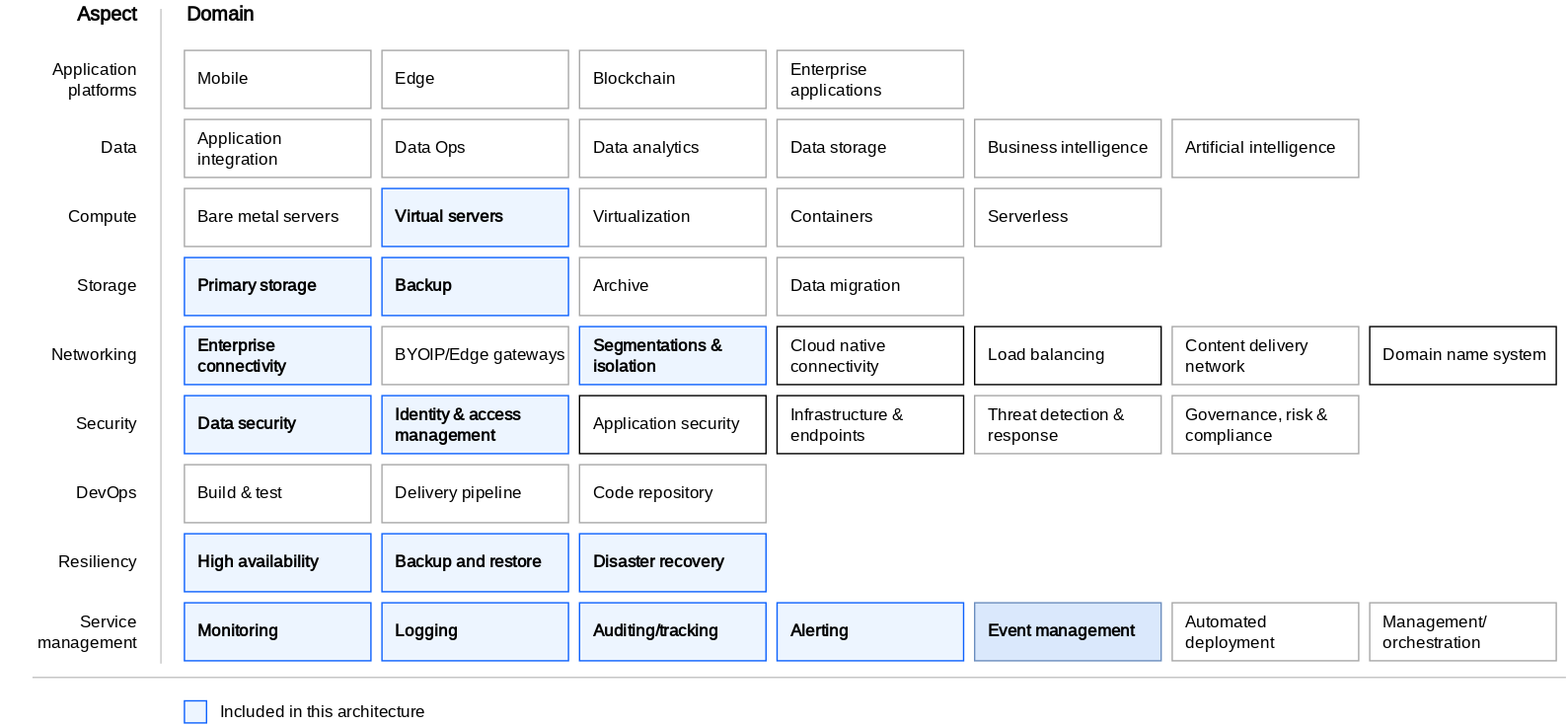
Earlier version of the draw.io export image/heat-map-veeam.svg (ibm-cloud-docs/vmware-cross-region-dr). Source tidied: cells renumbered, new cells last; positions are measured from the earlier drawing's top-left corner, leaving out a move shared by most shapes.
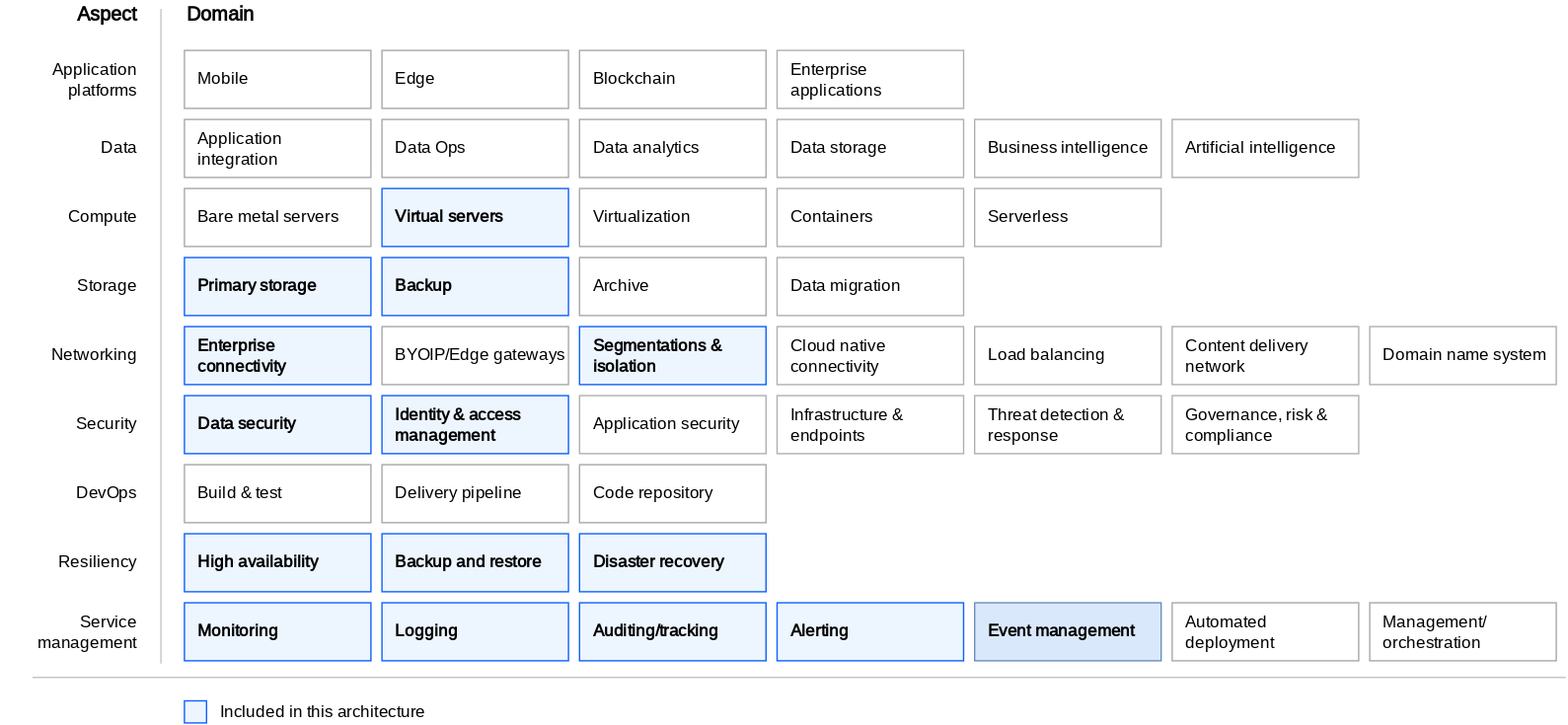
After the change.

Change to the diagram source:
```diff
@@ -35,7 +35,7 @@
     <mxCell id="12" value="Blockchain" style="rounded=0;whiteSpace=wrap;html=1;strokeColor=#A8A8A8;align=left;spacingLeft=8;fontFamily=IBM Plex Sans;fillColor=default;fontStyle=0;" parent="1" vertex="1">
       <mxGeometry x="419" y="36" width="135" height="42" as="geometry" />
     </mxCell>
-    <mxCell id="13" value="Enterprise &lt;br&gt;applications" style="rounded=0;whiteSpace=wrap;html=1;strokeColor=#A8A8A8;align=left;spacingLeft=8;fontFamily=IBM Plex Sans;fillColor=default;fontStyle=0;" parent="1" vertex="1">
+    <mxCell id="13" value="Enterprise &lt;br&gt;applications" style="rounded=0;whiteSpace=wrap;html=1;strokeColor=#B0B0B0;align=left;spacingLeft=8;fontFamily=IBM Plex Sans;fillColor=default;fontStyle=0;" parent="1" vertex="1">
       <mxGeometry x="562" y="36" width="135" height="42" as="geometry" />
     </mxCell>
     <mxCell id="14" value="Data Ops" style="rounded=0;whiteSpace=wrap;html=1;strokeColor=#A8A8A8;align=left;spacingLeft=8;fontFamily=IBM Plex Sans;fillColor=default;fontStyle=0;" parent="1" vertex="1">
@@ -44,10 +44,10 @@
     <mxCell id="15" value="Data analytics" style="rounded=0;whiteSpace=wrap;html=1;strokeColor=#A8A8A8;align=left;spacingLeft=8;fontFamily=IBM Plex Sans;fillColor=default;fontStyle=0;" parent="1" vertex="1">
       <mxGeometry x="419" y="86" width="135" height="42" as="geometry" />
     </mxCell>
-    <mxCell id="16" value="Data storage" style="rounded=0;whiteSpace=wrap;html=1;strokeColor=#A8A8A8;align=left;spacingLeft=8;fontFamily=IBM Plex Sans;fillColor=default;fontStyle=0;" parent="1" vertex="1">
+    <mxCell id="16" value="Data storage" style="rounded=0;whiteSpace=wrap;html=1;strokeColor=#B0B0B0;align=left;spacingLeft=8;fontFamily=IBM Plex Sans;fillColor=default;fontStyle=0;" parent="1" vertex="1">
       <mxGeometry x="562" y="86" width="135" height="42" as="geometry" />
     </mxCell>
-    <mxCell id="17" value="Business intelligence" style="rounded=0;whiteSpace=wrap;html=1;strokeColor=#A8A8A8;align=left;spacingLeft=8;fontFamily=IBM Plex Sans;fillColor=default;fontStyle=0;" parent="1" vertex="1">
+    <mxCell id="17" value="Business intelligence" style="rounded=0;whiteSpace=wrap;html=1;strokeColor=#B0B0B0;align=left;spacingLeft=8;fontFamily=IBM Plex Sans;fillColor=default;fontStyle=0;" parent="1" vertex="1">
       <mxGeometry x="705" y="86" width="135" height="42" as="geometry" />
     </mxCell>
     <mxCell id="18" value="&lt;b&gt;Virtual servers&lt;/b&gt;" style="rounded=0;whiteSpace=wrap;html=1;strokeColor=#0E62FD;align=left;spacingLeft=8;fontFamily=IBM Plex Sans;fillColor=#EDF5FF;fontStyle=0;" parent="1" vertex="1">
@@ -56,10 +56,10 @@
     <mxCell id="19" value="Virtualization" style="rounded=0;whiteSpace=wrap;html=1;strokeColor=#A8A8A8;align=left;spacingLeft=8;fontFamily=IBM Plex Sans;fillColor=default;fontStyle=0;" parent="1" vertex="1">
       <mxGeometry x="419" y="136" width="135" height="42" as="geometry" />
     </mxCell>
-    <mxCell id="20" value="Containers" style="rounded=0;whiteSpace=wrap;html=1;strokeColor=#A8A8A8;align=left;spacingLeft=8;fontFamily=IBM Plex Sans;fillColor=default;fontStyle=0;" parent="1" vertex="1">
+    <mxCell id="20" value="Containers" style="rounded=0;whiteSpace=wrap;html=1;strokeColor=#B0B0B0;align=left;spacingLeft=8;fontFamily=IBM Plex Sans;fillColor=default;fontStyle=0;" parent="1" vertex="1">
       <mxGeometry x="562" y="136" width="135" height="42" as="geometry" />
     </mxCell>
-    <mxCell id="21" value="Serverless" style="rounded=0;whiteSpace=wrap;html=1;strokeColor=#A8A8A8;align=left;spacingLeft=8;fontFamily=IBM Plex Sans;fillColor=default;fontStyle=0;" parent="1" vertex="1">
+    <mxCell id="21" value="Serverless" style="rounded=0;whiteSpace=wrap;html=1;strokeColor=#B0B0B0;align=left;spacingLeft=8;fontFamily=IBM Plex Sans;fillColor=default;fontStyle=0;" parent="1" vertex="1">
       <mxGeometry x="705" y="136" width="135" height="42" as="geometry" />
     </mxCell>
     <mxCell id="22" value="&lt;b&gt;Backup&lt;/b&gt;" style="rounded=0;whiteSpace=wrap;html=1;strokeColor=#0E62FD;align=left;spacingLeft=8;fontFamily=IBM Plex Sans;fillColor=#EDF5FF;fontStyle=0;" parent="1" vertex="1">
@@ -68,7 +68,7 @@
     <mxCell id="23" value="Archive" style="rounded=0;whiteSpace=wrap;html=1;strokeColor=#A8A8A8;align=left;spacingLeft=8;fontFamily=IBM Plex Sans;fillColor=default;fontStyle=0;" parent="1" vertex="1">
       <mxGeometry x="419" y="186" width="135" height="42" as="geometry" />
     </mxCell>
-    <mxCell id="24" value="Data migration" style="rounded=0;whiteSpace=wrap;html=1;strokeColor=#A8A8A8;align=left;spacingLeft=8;fontFamily=IBM Plex Sans;fillColor=default;fontStyle=0;" parent="1" vertex="1">
+    <mxCell id="24" value="Data migration" style="rounded=0;whiteSpace=wrap;html=1;strokeColor=#B0B0B0;align=left;spacingLeft=8;fontFamily=IBM Plex Sans;fillColor=default;fontStyle=0;" parent="1" vertex="1">
       <mxGeometry x="562" y="186" width="135" height="42" as="geometry" />
     </mxCell>
     <mxCell id="25" value="BYOIP/Edge gateways" style="rounded=0;whiteSpace=wrap;html=1;strokeColor=#A8A8A8;align=left;spacingLeft=8;fontFamily=IBM Plex Sans;fillColor=default;fontStyle=0;" parent="1" vertex="1">
@@ -77,31 +77,31 @@
     <mxCell id="26" value="&lt;b&gt;Segmentations &amp;amp; isolation&lt;/b&gt;" style="rounded=0;whiteSpace=wrap;html=1;strokeColor=#0E62FD;align=left;spacingLeft=8;fontFamily=IBM Plex Sans;fillColor=#EDF5FF;fontStyle=0;" parent="1" vertex="1">
       <mxGeometry x="419" y="236" width="135" height="42" as="geometry" />
     </mxCell>
-    <mxCell id="27" value="&lt;span&gt;Cloud native connectivity&lt;/span&gt;" style="rounded=0;whiteSpace=wrap;html=1;align=left;spacingLeft=8;fontFamily=IBM Plex Sans;fontStyle=0;" parent="1" vertex="1">
+    <mxCell id="27" value="&lt;span&gt;Cloud native connectivity&lt;/span&gt;" style="rounded=0;whiteSpace=wrap;html=1;align=left;spacingLeft=8;fontFamily=IBM Plex Sans;fontStyle=0;strokeColor=#B0B0B0;" parent="1" vertex="1">
       <mxGeometry x="562" y="236" width="135" height="42" as="geometry" />
     </mxCell>
-    <mxCell id="28" value="&lt;span&gt;Load balancing&lt;/span&gt;" style="rounded=0;whiteSpace=wrap;html=1;align=left;spacingLeft=8;fontFamily=IBM Plex Sans;fontStyle=0;" parent="1" vertex="1">
+    <mxCell id="28" value="&lt;span&gt;Load balancing&lt;/span&gt;" style="rounded=0;whiteSpace=wrap;html=1;align=left;spacingLeft=8;fontFamily=IBM Plex Sans;fontStyle=0;strokeColor=#B0B0B0;" parent="1" vertex="1">
       <mxGeometry x="705" y="236" width="135" height="42" as="geometry" />
     </mxCell>
-    <mxCell id="29" value="Content delivery network" style="rounded=0;whiteSpace=wrap;html=1;strokeColor=#A8A8A8;align=left;spacingLeft=8;fontFamily=IBM Plex Sans;fillColor=default;fontStyle=0;" parent="1" vertex="1">
+    <mxCell id="29" value="Content delivery network" style="rounded=0;whiteSpace=wrap;html=1;strokeColor=#B0B0B0;align=left;spacingLeft=8;fontFamily=IBM Plex Sans;fillColor=default;fontStyle=0;" parent="1" vertex="1">
       <mxGeometry x="848" y="236" width="135" height="42" as="geometry" />
     </mxCell>
-    <mxCell id="30" value="&lt;span&gt;Domain name system&lt;/span&gt;" style="rounded=0;whiteSpace=wrap;html=1;align=left;spacingLeft=8;fontFamily=IBM Plex Sans;fontStyle=0;" parent="1" vertex="1">
+    <mxCell id="30" value="&lt;span&gt;Domain name system&lt;/span&gt;" style="rounded=0;whiteSpace=wrap;html=1;align=left;spacingLeft=8;fontFamily=IBM Plex Sans;fontStyle=0;strokeColor=#B0B0B0;" parent="1" vertex="1">
       <mxGeometry x="991" y="236" width="135" height="42" as="geometry" />
     </mxCell>
     <mxCell id="31" value="&lt;b&gt;Identity &amp;amp; access management&lt;/b&gt;" style="rounded=0;whiteSpace=wrap;html=1;strokeColor=#0E62FD;align=left;spacingLeft=8;fontFamily=IBM Plex Sans;fillColor=#EDF5FF;fontStyle=0;" parent="1" vertex="1">
       <mxGeometry x="276" y="286" width="135" height="42" as="geometry" />
     </mxCell>
-    <mxCell id="32" value="&lt;span&gt;Application security&lt;/span&gt;" style="rounded=0;whiteSpace=wrap;html=1;align=left;spacingLeft=8;fontFamily=IBM Plex Sans;fontStyle=0;" parent="1" vertex="1">
+    <mxCell id="32" value="&lt;span&gt;Application security&lt;/span&gt;" style="rounded=0;whiteSpace=wrap;html=1;align=left;spacingLeft=8;fontFamily=IBM Plex Sans;fontStyle=0;strokeColor=#B0B0B0;" parent="1" vertex="1">
       <mxGeometry x="419" y="286" width="135" height="42" as="geometry" />
     </mxCell>
-    <mxCell id="33" value="&lt;span&gt;Infrastructure &amp;amp; endpoints&lt;/span&gt;" style="rounded=0;whiteSpace=wrap;html=1;align=left;spacingLeft=8;fontFamily=IBM Plex Sans;fontStyle=0;" parent="1" vertex="1">
+    <mxCell id="33" value="&lt;span&gt;Infrastructure &amp;amp; endpoints&lt;/span&gt;" style="rounded=0;whiteSpace=wrap;html=1;align=left;spacingLeft=8;fontFamily=IBM Plex Sans;fontStyle=0;strokeColor=#B0B0B0;" parent="1" vertex="1">
       <mxGeometry x="562" y="286" width="135" height="42" as="geometry" />
     </mxCell>
-    <mxCell id="34" value="Threat detection &amp;amp; response" style="rounded=0;whiteSpace=wrap;html=1;strokeColor=#A8A8A8;align=left;spacingLeft=8;fontFamily=IBM Plex Sans;fillColor=default;fontStyle=0;" parent="1" vertex="1">
+    <mxCell id="34" value="Threat detection &amp;amp; response" style="rounded=0;whiteSpace=wrap;html=1;strokeColor=#B0B0B0;align=left;spacingLeft=8;fontFamily=IBM Plex Sans;fillColor=default;fontStyle=0;" parent="1" vertex="1">
       <mxGeometry x="705" y="286" width="135" height="42" as="geometry" />
     </mxCell>
-    <mxCell id="35" value="Governance, risk &amp;amp; compliance" style="rounded=0;whiteSpace=wrap;html=1;strokeColor=#A8A8A8;align=left;spacingLeft=8;fontFamily=IBM Plex Sans;fillColor=default;fontStyle=0;" parent="1" vertex="1">
+    <mxCell id="35" value="Governance, risk &amp;amp; compliance" style="rounded=0;whiteSpace=wrap;html=1;strokeColor=#B0B0B0;align=left;spacingLeft=8;fontFamily=IBM Plex Sans;fillColor=default;fontStyle=0;" parent="1" vertex="1">
       <mxGeometry x="848" y="286" width="135" height="42" as="geometry" />
     </mxCell>
     <mxCell id="36" value="Delivery pipeline" style="rounded=0;whiteSpace=wrap;html=1;strokeColor=#A8A8A8;align=left;spacingLeft=8;fontFamily=IBM Plex Sans;fillColor=default;fontStyle=0;" parent="1" vertex="1">
@@ -185,7 +185,7 @@
     <mxCell id="60" value="Included in this architecture" style="text;strokeColor=none;fillColor=none;html=1;fontSize=12;fontStyle=0;verticalAlign=middle;align=left;rounded=0;fontFamily=IBM Plex Sans;fontColor=default;" parent="1" vertex="1">
       <mxGeometry x="157" y="505" width="100" height="20" as="geometry" />
     </mxCell>
-    <mxCell id="61" value="Artificial intelligence" style="rounded=0;whiteSpace=wrap;html=1;strokeColor=#A8A8A8;align=left;spacingLeft=8;fontFamily=IBM Plex Sans;fillColor=default;fontStyle=0;" parent="1" vertex="1">
+    <mxCell id="61" value="Artificial intelligence" style="rounded=0;whiteSpace=wrap;html=1;strokeColor=#B0B0B0;align=left;spacingLeft=8;fontFamily=IBM Plex Sans;fillColor=default;fontStyle=0;" parent="1" vertex="1">
       <mxGeometry x="848" y="86" width="135" height="42" as="geometry" />
     </mxCell>
   </root>
```
